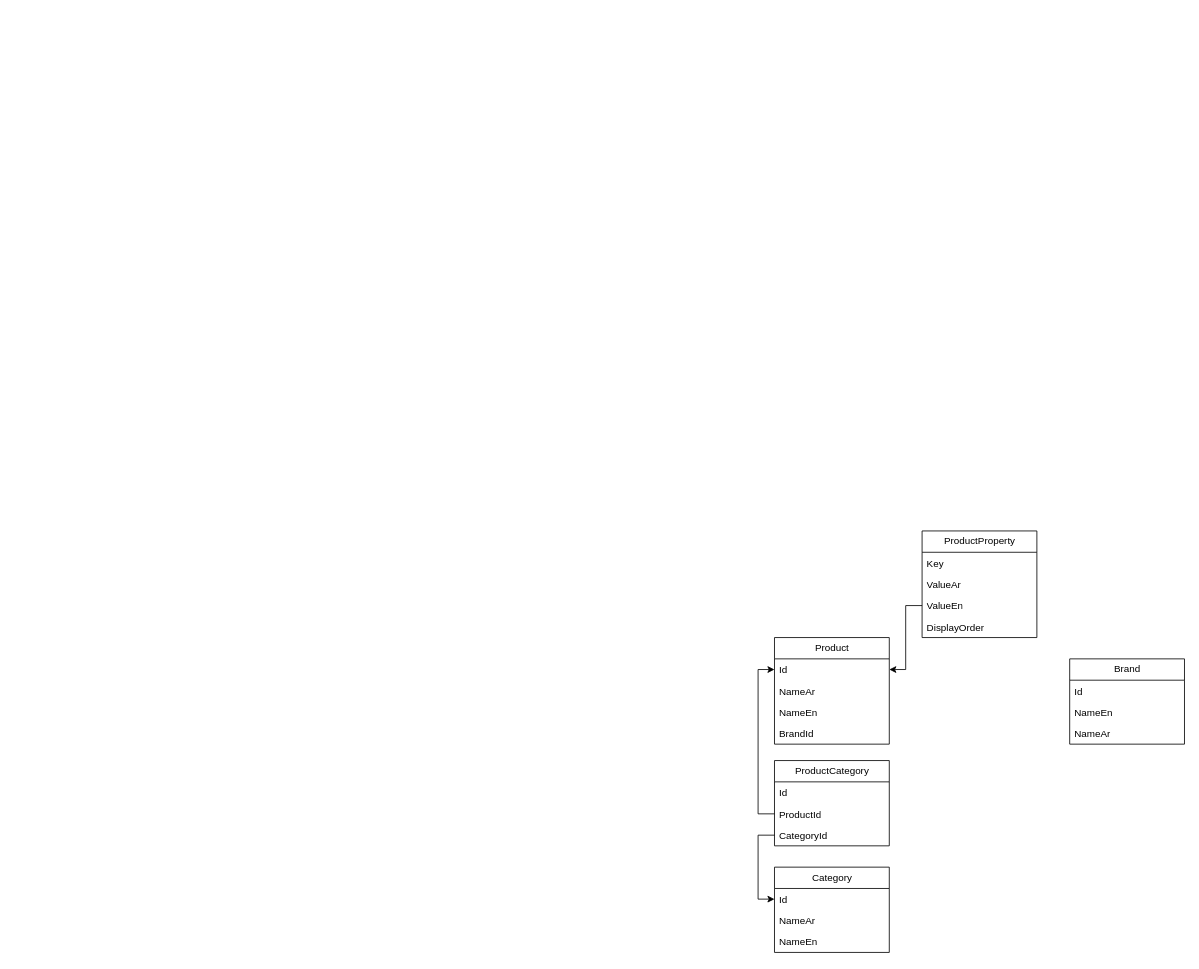
Earlier version of the draw.io diagram products-erd.drawio (Ziad17/draw-io-diagrams). Source tidied: cells renumbered, new cells numbered last; positions are measured from the earlier drawing's top-left corner, leaving out a move shared by most shapes. Both pictures are drawn from the tidied source at 82%, with x=0, y=0 at pixel (774, 531).
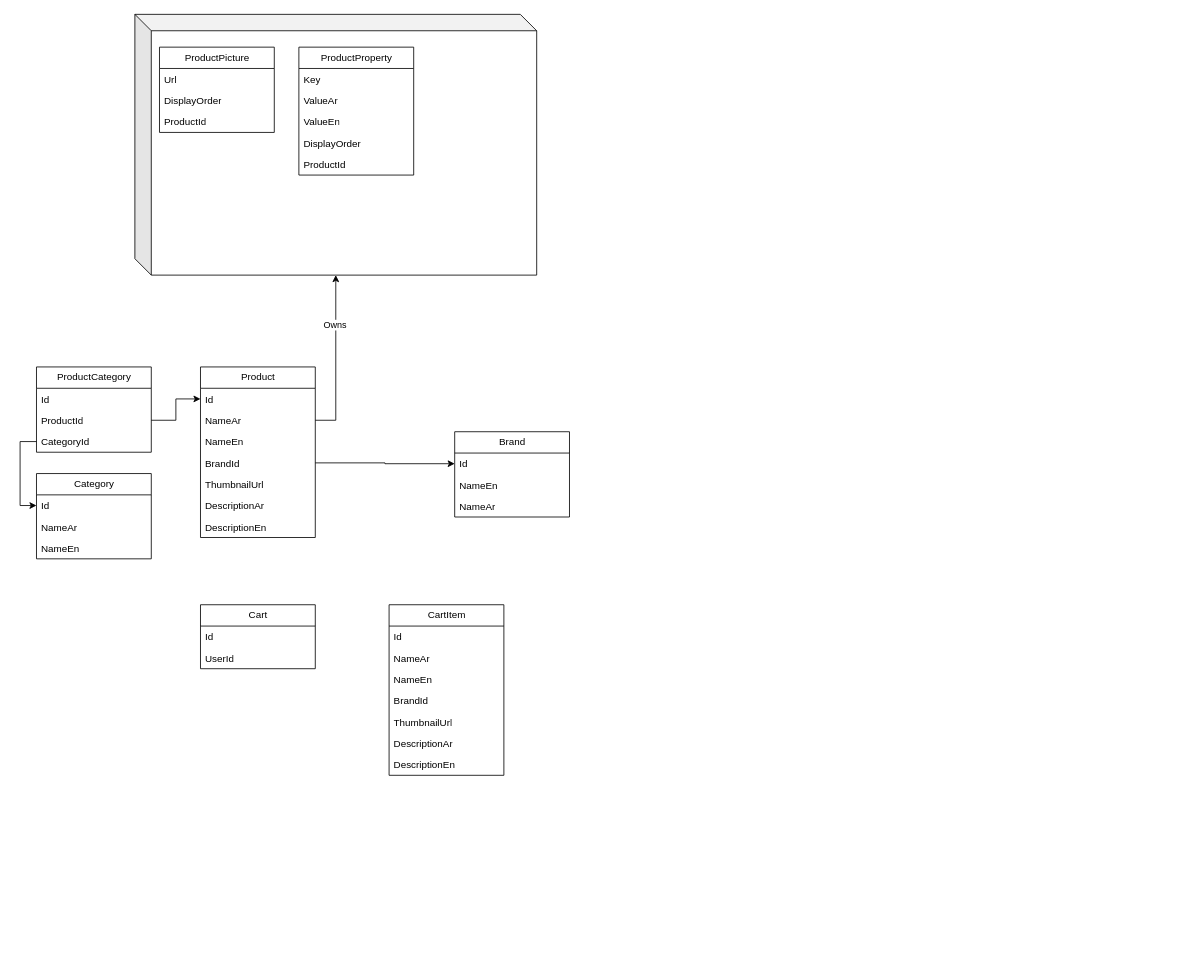
After the change.

Unchanged cells that the change refers to:
```xml
<mxCell id="3" value="Id" style="text;strokeColor=none;fillColor=none;align=left;verticalAlign=top;spacingLeft=4;spacingRight=4;overflow=hidden;points=[[0,0.5],[1,0.5]];portConstraint=eastwest;whiteSpace=wrap;html=1;" parent="2" vertex="1">
  <mxGeometry y="26" width="140" height="26" as="geometry" />
</mxCell>
<mxCell id="4" value="NameAr" style="text;strokeColor=none;fillColor=none;align=left;verticalAlign=top;spacingLeft=4;spacingRight=4;overflow=hidden;points=[[0,0.5],[1,0.5]];portConstraint=eastwest;whiteSpace=wrap;html=1;" parent="2" vertex="1">
  <mxGeometry y="52" width="140" height="26" as="geometry" />
</mxCell>
<mxCell id="6" value="BrandId" style="text;strokeColor=none;fillColor=none;align=left;verticalAlign=top;spacingLeft=4;spacingRight=4;overflow=hidden;points=[[0,0.5],[1,0.5]];portConstraint=eastwest;whiteSpace=wrap;html=1;" parent="2" vertex="1">
  <mxGeometry y="104" width="140" height="26" as="geometry" />
</mxCell>
<mxCell id="8" value="Id" style="text;strokeColor=none;fillColor=none;align=left;verticalAlign=top;spacingLeft=4;spacingRight=4;overflow=hidden;points=[[0,0.5],[1,0.5]];portConstraint=eastwest;whiteSpace=wrap;html=1;" parent="7" vertex="1">
  <mxGeometry y="26" width="140" height="26" as="geometry" />
</mxCell>
<mxCell id="17" value="ProductId" style="text;strokeColor=none;fillColor=none;align=left;verticalAlign=top;spacingLeft=4;spacingRight=4;overflow=hidden;points=[[0,0.5],[1,0.5]];portConstraint=eastwest;whiteSpace=wrap;html=1;" parent="15" vertex="1">
  <mxGeometry y="52" width="140" height="26" as="geometry" />
</mxCell>
<mxCell id="24" value="ValueEn" style="text;strokeColor=none;fillColor=none;align=left;verticalAlign=top;spacingLeft=4;spacingRight=4;overflow=hidden;points=[[0,0.5],[1,0.5]];portConstraint=eastwest;whiteSpace=wrap;html=1;" parent="21" vertex="1">
  <mxGeometry y="78" width="140" height="26" as="geometry" />
</mxCell>
```

The edit, as a diff of the source:
```diff
@@
+    <mxCell id="27" style="shape=cube;whiteSpace=wrap;html=1;boundedLbl=1;backgroundOutline=1;darkOpacity=0.05;darkOpacity2=0.1;" parent="1" vertex="1">
+      <mxGeometry x="-780" y="-630" width="490" height="318" as="geometry" />
+    </mxCell>
     <mxCell id="2" value="Product" style="swimlane;fontStyle=0;horizontal=1;startSize=26;fillColor=none;html=1;" parent="1" vertex="1">
-      <mxGeometry y="130" width="140" height="130" as="geometry" />
+      <mxGeometry x="-700" y="-200" width="140" height="208" as="geometry" />
     </mxCell>
@@
+    <mxCell id="28" value="ThumbnailUrl" style="text;strokeColor=none;fillColor=none;align=left;verticalAlign=top;spacingLeft=4;spacingRight=4;overflow=hidden;whiteSpace=wrap;html=1;" parent="2" vertex="1">
+      <mxGeometry y="130" width="140" height="26" as="geometry" />
+    </mxCell>
+    <mxCell id="29" value="DescriptionAr&lt;div&gt;&lt;br&gt;&lt;/div&gt;" style="text;strokeColor=none;fillColor=none;align=left;verticalAlign=top;spacingLeft=4;spacingRight=4;overflow=hidden;whiteSpace=wrap;html=1;" parent="2" vertex="1">
+      <mxGeometry y="156" width="140" height="26" as="geometry" />
+    </mxCell>
+    <mxCell id="30" value="DescriptionEn&lt;div&gt;&lt;br&gt;&lt;/div&gt;" style="text;strokeColor=none;fillColor=none;align=left;verticalAlign=top;spacingLeft=4;spacingRight=4;overflow=hidden;whiteSpace=wrap;html=1;" parent="2" vertex="1">
+      <mxGeometry y="182" width="140" height="26" as="geometry" />
+    </mxCell>
     <mxCell id="7" value="Brand" style="swimlane;fontStyle=0;horizontal=1;startSize=26;fillColor=none;html=1;" parent="1" vertex="1">
-      <mxGeometry x="360" y="156" width="140" height="104" as="geometry" />
+      <mxGeometry x="-390" y="-121" width="140" height="104" as="geometry" />
     </mxCell>
@@
     <mxCell id="11" value="Category" style="swimlane;fontStyle=0;horizontal=1;startSize=26;fillColor=none;html=1;" parent="1" vertex="1">
-      <mxGeometry y="410" width="140" height="104" as="geometry" />
+      <mxGeometry x="-900" y="-70" width="140" height="104" as="geometry" />
     </mxCell>
@@
     <mxCell id="15" value="ProductCategory" style="swimlane;fontStyle=0;horizontal=1;startSize=26;fillColor=none;html=1;" parent="1" vertex="1">
-      <mxGeometry y="280" width="140" height="104" as="geometry" />
+      <mxGeometry x="-900" y="-200" width="140" height="104" as="geometry" />
     </mxCell>
@@
-    <mxCell id="20" style="edgeStyle=orthogonalEdgeStyle;rounded=0;jettySize=auto;html=1;entryX=0;entryY=0.5;entryDx=0;entryDy=0;" parent="1" edge="1" source="17" target="3">
-      <mxGeometry relative="1" as="geometry" />
-    </mxCell>
     <mxCell id="21" value="ProductProperty" style="swimlane;fontStyle=0;horizontal=1;startSize=26;fillColor=none;html=1;" parent="1" vertex="1">
-      <mxGeometry x="180" width="140" height="130" as="geometry" />
+      <mxGeometry x="-580" y="-590" width="140" height="156" as="geometry" />
     </mxCell>
@@
-    <mxCell id="26" style="edgeStyle=orthogonalEdgeStyle;rounded=0;jettySize=auto;html=1;entryX=1;entryY=0.5;entryDx=0;entryDy=0;" parent="1" edge="1" source="24" target="3">
-      <mxGeometry relative="1" as="geometry" />
-    </mxCell>
+    <mxCell id="31" value="ProductId" style="text;strokeColor=none;fillColor=none;align=left;verticalAlign=top;spacingLeft=4;spacingRight=4;overflow=hidden;whiteSpace=wrap;html=1;" parent="21" vertex="1">
+      <mxGeometry y="130" width="140" height="26" as="geometry" />
+    </mxCell>
+    <mxCell id="32" style="edgeStyle=orthogonalEdgeStyle;rounded=0;jettySize=auto;html=1;entryX=0;entryY=0.5;entryDx=0;entryDy=0;" parent="1" edge="1" source="6" target="8">
+      <mxGeometry relative="1" as="geometry" />
+    </mxCell>
+    <mxCell id="33" value="ProductPicture" style="swimlane;fontStyle=0;horizontal=1;startSize=26;fillColor=none;html=1;" parent="1" vertex="1">
+      <mxGeometry x="-750" y="-590" width="140" height="104" as="geometry" />
+    </mxCell>
+    <mxCell id="34" value="Url" style="text;strokeColor=none;fillColor=none;align=left;verticalAlign=top;spacingLeft=4;spacingRight=4;overflow=hidden;whiteSpace=wrap;html=1;" parent="33" vertex="1">
+      <mxGeometry y="26" width="140" height="26" as="geometry" />
+    </mxCell>
+    <mxCell id="35" value="DisplayOrder" style="text;strokeColor=none;fillColor=none;align=left;verticalAlign=top;spacingLeft=4;spacingRight=4;overflow=hidden;whiteSpace=wrap;html=1;" parent="33" vertex="1">
+      <mxGeometry y="52" width="140" height="26" as="geometry" />
+    </mxCell>
+    <mxCell id="36" value="ProductId" style="text;strokeColor=none;fillColor=none;align=left;verticalAlign=top;spacingLeft=4;spacingRight=4;overflow=hidden;whiteSpace=wrap;html=1;" parent="33" vertex="1">
+      <mxGeometry y="78" width="140" height="26" as="geometry" />
+    </mxCell>
+    <mxCell id="37" style="edgeStyle=orthogonalEdgeStyle;rounded=0;jettySize=auto;html=1;" parent="1" edge="1" source="4" target="27">
+      <mxGeometry relative="1" as="geometry" />
+    </mxCell>
+    <mxCell id="38" value="Owns" style="edgeLabel;html=1;align=center;verticalAlign=middle;" parent="37" vertex="1">
+      <mxGeometry x="0.41" y="2" relative="1" as="geometry" />
+    </mxCell>
+    <mxCell id="20" style="edgeStyle=orthogonalEdgeStyle;rounded=0;jettySize=auto;html=1;entryX=0;entryY=0.5;entryDx=0;entryDy=0;" parent="1" edge="1" source="17" target="3">
+      <mxGeometry relative="1" as="geometry" />
+    </mxCell>
+    <mxCell id="39" value="Cart" style="swimlane;fontStyle=0;horizontal=1;startSize=26;fillColor=none;html=1;" parent="1" vertex="1">
+      <mxGeometry x="-700" y="90" width="140" height="78" as="geometry" />
+    </mxCell>
+    <mxCell id="40" value="Id" style="text;strokeColor=none;fillColor=none;align=left;verticalAlign=top;spacingLeft=4;spacingRight=4;overflow=hidden;whiteSpace=wrap;html=1;" parent="39" vertex="1">
+      <mxGeometry y="26" width="140" height="26" as="geometry" />
+    </mxCell>
+    <mxCell id="41" value="&lt;div&gt;UserId&lt;/div&gt;" style="text;strokeColor=none;fillColor=none;align=left;verticalAlign=top;spacingLeft=4;spacingRight=4;overflow=hidden;whiteSpace=wrap;html=1;" parent="39" vertex="1">
+      <mxGeometry y="52" width="140" height="26" as="geometry" />
+    </mxCell>
+    <mxCell id="42" value="CartItem" style="swimlane;fontStyle=0;horizontal=1;startSize=26;fillColor=none;html=1;" parent="1" vertex="1">
+      <mxGeometry x="-470" y="90" width="140" height="208" as="geometry" />
+    </mxCell>
+    <mxCell id="43" value="Id" style="text;strokeColor=none;fillColor=none;align=left;verticalAlign=top;spacingLeft=4;spacingRight=4;overflow=hidden;whiteSpace=wrap;html=1;" parent="42" vertex="1">
+      <mxGeometry y="26" width="140" height="26" as="geometry" />
+    </mxCell>
+    <mxCell id="44" value="NameAr" style="text;strokeColor=none;fillColor=none;align=left;verticalAlign=top;spacingLeft=4;spacingRight=4;overflow=hidden;whiteSpace=wrap;html=1;" parent="42" vertex="1">
+      <mxGeometry y="52" width="140" height="26" as="geometry" />
+    </mxCell>
+    <mxCell id="45" value="NameEn" style="text;strokeColor=none;fillColor=none;align=left;verticalAlign=top;spacingLeft=4;spacingRight=4;overflow=hidden;whiteSpace=wrap;html=1;" parent="42" vertex="1">
+      <mxGeometry y="78" width="140" height="26" as="geometry" />
+    </mxCell>
+    <mxCell id="46" value="BrandId" style="text;strokeColor=none;fillColor=none;align=left;verticalAlign=top;spacingLeft=4;spacingRight=4;overflow=hidden;whiteSpace=wrap;html=1;" parent="42" vertex="1">
+      <mxGeometry y="104" width="140" height="26" as="geometry" />
+    </mxCell>
+    <mxCell id="47" value="ThumbnailUrl" style="text;strokeColor=none;fillColor=none;align=left;verticalAlign=top;spacingLeft=4;spacingRight=4;overflow=hidden;whiteSpace=wrap;html=1;" parent="42" vertex="1">
+      <mxGeometry y="130" width="140" height="26" as="geometry" />
+    </mxCell>
+    <mxCell id="48" value="DescriptionAr&lt;div&gt;&lt;br&gt;&lt;/div&gt;" style="text;strokeColor=none;fillColor=none;align=left;verticalAlign=top;spacingLeft=4;spacingRight=4;overflow=hidden;whiteSpace=wrap;html=1;" parent="42" vertex="1">
+      <mxGeometry y="156" width="140" height="26" as="geometry" />
+    </mxCell>
+    <mxCell id="49" value="DescriptionEn&lt;div&gt;&lt;br&gt;&lt;/div&gt;" style="text;strokeColor=none;fillColor=none;align=left;verticalAlign=top;spacingLeft=4;spacingRight=4;overflow=hidden;whiteSpace=wrap;html=1;" parent="42" vertex="1">
+      <mxGeometry y="182" width="140" height="26" as="geometry" />
+    </mxCell>
```
